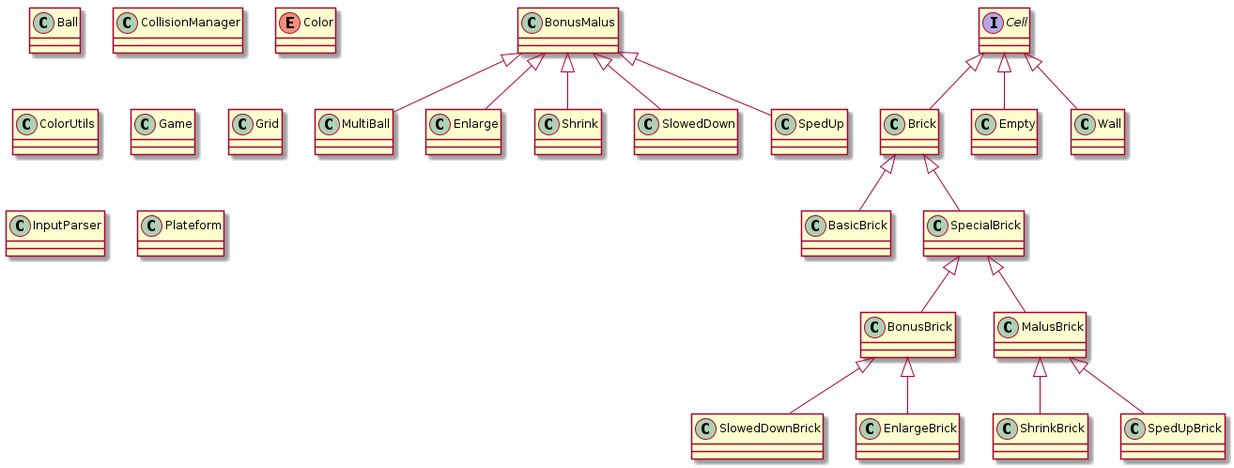
This is diagramme.png from charlottekruzic/cpp-brick-breaker, a PlantUML export, as it was before one commit. Its source is kept beside it as diagramme.puml.
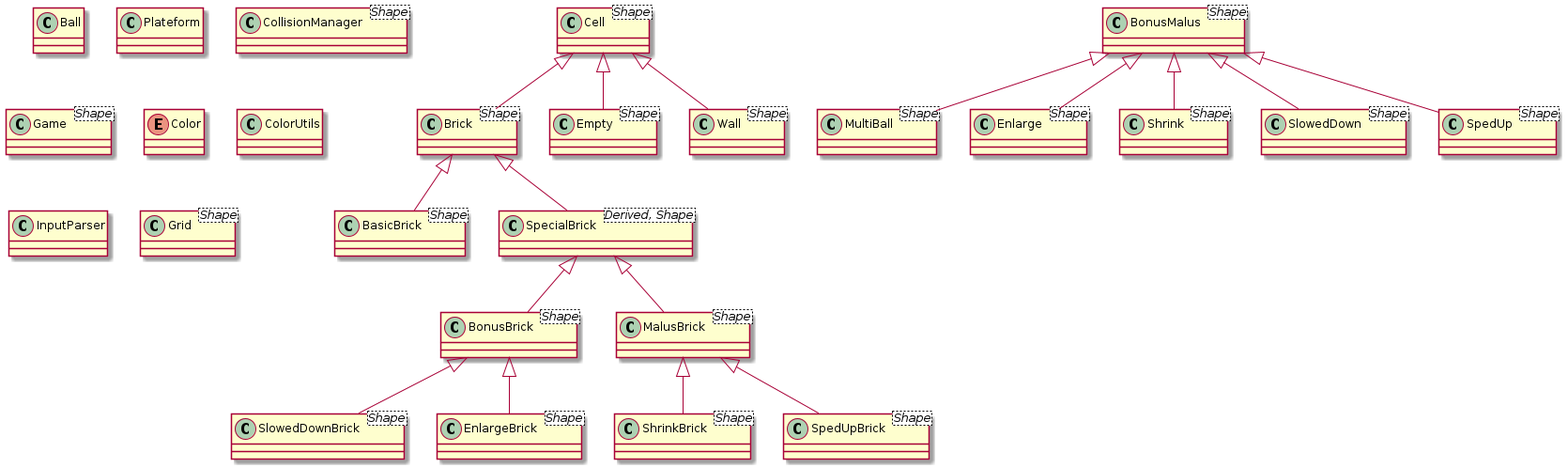
Above is the later version.

Change to the diagram source:
```diff
@@ -2,28 +2,55 @@
 
 class Ball
 
-class CollisionManager
+class Plateform
+
+class CollisionManager<Shape>
+
+class Game<Shape>
 
 enum Color
 
 class ColorUtils
 
-class Game
-
-class Grid
-
 class InputParser
 
-class Plateform
+class Grid<Shape>
 
+class Cell<Shape>
 
+class Brick<Shape>
+class Empty<Shape>
+class Wall <Shape>
+Cell <|-- Brick
+Cell <|-- Empty
+Cell <|-- Wall
 
-class BonusMalus
-class MultiBall
-class Enlarge
-class Shrink
-class SlowedDown
-class SpedUp
+class BasicBrick<Shape>
+class SpecialBrick<Derived, Shape>
+Brick <|-- BasicBrick
+Brick <|-- SpecialBrick
+
+class BonusBrick<Shape>
+class MalusBrick<Shape>
+SpecialBrick <|-- BonusBrick
+SpecialBrick <|-- MalusBrick
+
+class SlowedDownBrick<Shape>
+class EnlargeBrick<Shape>
+BonusBrick <|-- EnlargeBrick
+BonusBrick <|-- SlowedDownBrick
+
+class ShrinkBrick<Shape>
+class SpedUpBrick<Shape>
+MalusBrick <|-- SpedUpBrick
+MalusBrick <|-- ShrinkBrick
+
+class BonusMalus<Shape>
+class MultiBall<Shape>
+class Enlarge<Shape>
+class Shrink<Shape>
+class SlowedDown<Shape>
+class SpedUp<Shape>
 
 BonusMalus <|-- MultiBall
 BonusMalus <|-- Enlarge
@@ -32,35 +59,4 @@
 BonusMalus <|-- SpedUp
 
 
-interface Cell
-
-class Brick
-class Empty
-class Wall
-Cell <|-- Brick
-Cell <|-- Empty
-Cell <|-- Wall
-
-class BasicBrick
-class SpecialBrick
-Brick <|-- BasicBrick
-Brick <|-- SpecialBrick
-
-class BonusBrick
-class MalusBrick
-SpecialBrick <|-- BonusBrick
-SpecialBrick <|-- MalusBrick
-
-class SlowedDownBrick
-class EnlargeBrick
-BonusBrick <|-- EnlargeBrick
-BonusBrick <|-- SlowedDownBrick
-
-class ShrinkBrick
-class SpedUpBrick
-MalusBrick <|-- SpedUpBrick
-MalusBrick <|-- ShrinkBrick
-
-
-
 @enduml
```
